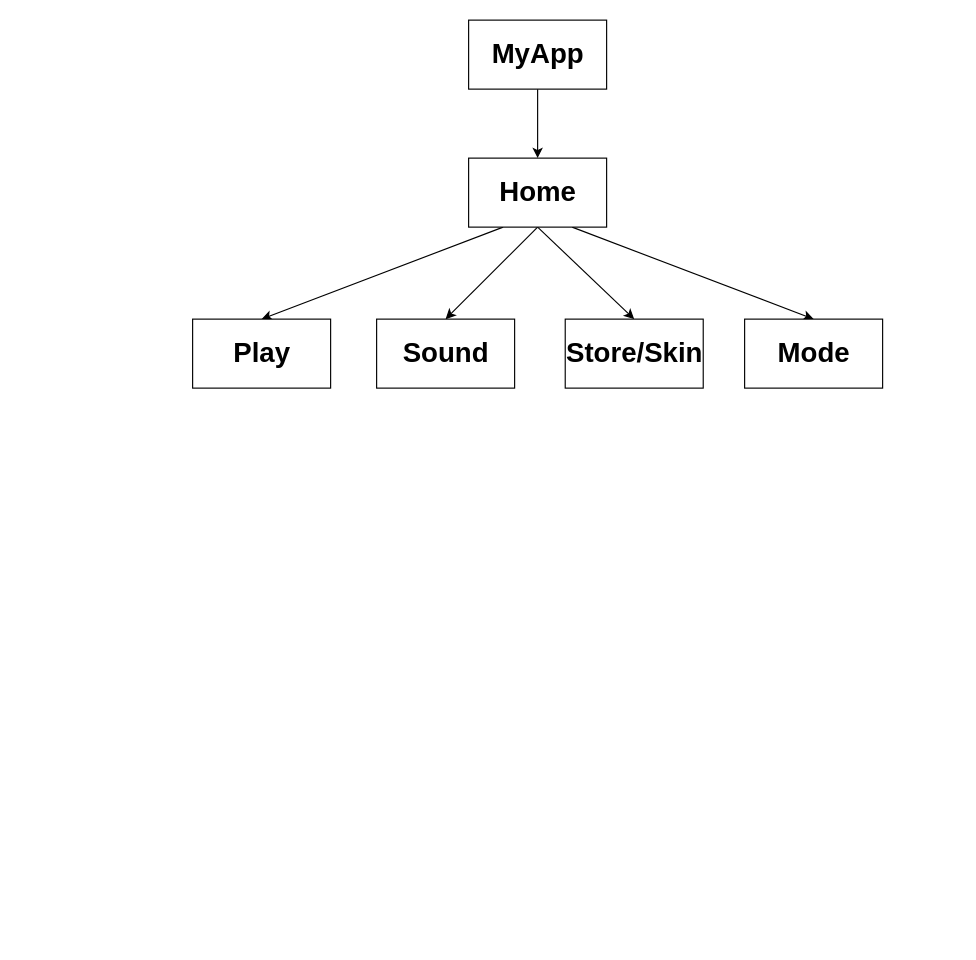
This is Untitled Diagram.drawio from SkYF4Il/INFO0045, a draw.io file, before an edit. Source tidied: cells renumbered, new cells numbered last; positions are measured from the earlier drawing's top-left corner, leaving out a move shared by most shapes. Both pictures are drawn from the tidied source at 115%, with x=0, y=0 at pixel (192, 20).
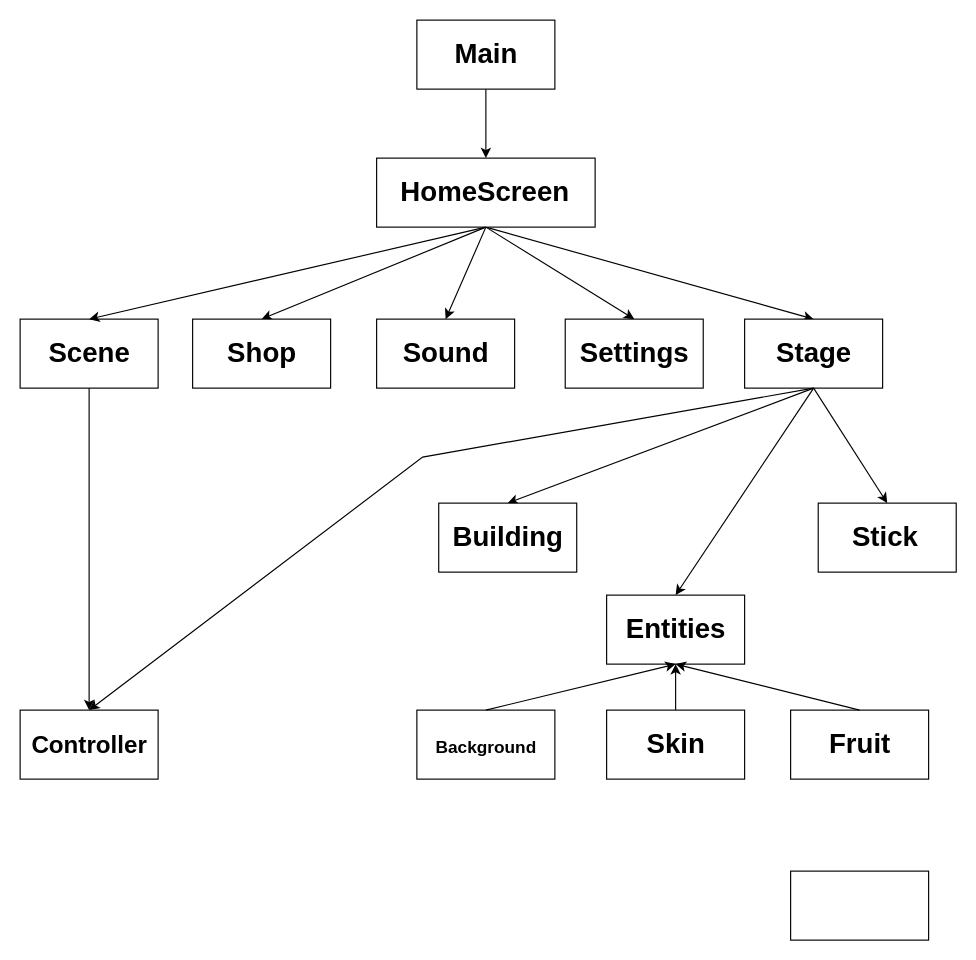
Above is the later version.

Commit message (it also covers changes not shown here):
Mettre à jour Untitled Diagram.drawio

The change refers to these unchanged cells:
```xml
<mxCell id="11" style="rounded=0;whiteSpace=wrap;html=1;" parent="1" vertex="1">
  <mxGeometry y="260" width="120" height="60" as="geometry" />
</mxCell>
<mxCell id="17" style="rounded=0;whiteSpace=wrap;html=1;" parent="1" vertex="1">
  <mxGeometry x="480" y="260" width="120" height="60" as="geometry" />
</mxCell>
```

Diff of the diagram source:
```diff
@@
     <mxCell id="3" style="rounded=0;whiteSpace=wrap;html=1;" parent="1" vertex="1">
-      <mxGeometry x="240" width="120" height="60" as="geometry" />
+      <mxGeometry x="195" width="120" height="60" as="geometry" />
     </mxCell>
-    <mxCell id="4" value="MyApp" style="text;strokeColor=none;fillColor=none;html=1;fontSize=24;fontStyle=1;verticalAlign=middle;align=center;" parent="1" vertex="1">
-      <mxGeometry x="250" y="10" width="100" height="40" as="geometry" />
+    <mxCell id="4" value="Main" style="text;strokeColor=none;fillColor=none;html=1;fontSize=24;fontStyle=1;verticalAlign=middle;align=center;" parent="1" vertex="1">
+      <mxGeometry x="205" y="10" width="100" height="40" as="geometry" />
     </mxCell>
-    <mxCell id="5" style="rounded=0;jettySize=auto;html=1;exitX=0.25;exitY=1;exitDx=0;exitDy=0;entryX=0.5;entryY=0;entryDx=0;entryDy=0;" parent="1" edge="1" source="9" target="11">
+    <mxCell id="5" style="rounded=0;jettySize=auto;html=1;exitX=0.5;exitY=1;exitDx=0;exitDy=0;entryX=0.5;entryY=0;entryDx=0;entryDy=0;" parent="1" edge="1" source="9" target="11">
       <mxGeometry relative="1" as="geometry" />
     </mxCell>
@@
-    <mxCell id="8" style="edgeStyle=none;rounded=0;jettySize=auto;html=1;exitX=0.75;exitY=1;exitDx=0;exitDy=0;entryX=0.5;entryY=0;entryDx=0;entryDy=0;" parent="1" edge="1" source="9" target="17">
+    <mxCell id="8" style="edgeStyle=none;rounded=0;jettySize=auto;html=1;exitX=0.5;exitY=1;exitDx=0;exitDy=0;entryX=0.5;entryY=0;entryDx=0;entryDy=0;" parent="1" edge="1" source="9" target="17">
       <mxGeometry relative="1" as="geometry" />
     </mxCell>
     <mxCell id="9" style="rounded=0;whiteSpace=wrap;html=1;" parent="1" vertex="1">
-      <mxGeometry x="240" y="120" width="120" height="60" as="geometry" />
+      <mxGeometry x="160" y="120" width="190" height="60" as="geometry" />
     </mxCell>
-    <mxCell id="10" value="Home" style="text;strokeColor=none;fillColor=none;html=1;fontSize=24;fontStyle=1;verticalAlign=middle;align=center;" parent="1" vertex="1">
-      <mxGeometry x="250" y="130" width="100" height="40" as="geometry" />
+    <mxCell id="10" value="HomeScreen" style="text;strokeColor=none;fillColor=none;html=1;fontSize=24;fontStyle=1;verticalAlign=middle;align=center;" parent="1" vertex="1">
+      <mxGeometry x="204" y="130" width="100" height="40" as="geometry" />
     </mxCell>
@@
-    <mxCell id="12" value="Play" style="text;strokeColor=none;fillColor=none;html=1;fontSize=24;fontStyle=1;verticalAlign=middle;align=center;" parent="1" vertex="1">
+    <mxCell id="12" value="Shop" style="text;strokeColor=none;fillColor=none;html=1;fontSize=24;fontStyle=1;verticalAlign=middle;align=center;" parent="1" vertex="1">
       <mxGeometry x="10" y="270" width="100" height="40" as="geometry" />
     </mxCell>
@@
-    <mxCell id="16" value="Store/Skin" style="text;strokeColor=none;fillColor=none;html=1;fontSize=24;fontStyle=1;verticalAlign=middle;align=center;" parent="1" vertex="1">
+    <mxCell id="16" value="Settings" style="text;strokeColor=none;fillColor=none;html=1;fontSize=24;fontStyle=1;verticalAlign=middle;align=center;" parent="1" vertex="1">
       <mxGeometry x="334" y="270" width="100" height="40" as="geometry" />
     </mxCell>
@@
+    <mxCell id="19" style="rounded=0;jettySize=auto;html=1;entryX=0.5;entryY=0;entryDx=0;entryDy=0;fontSize=21;exitX=0.5;exitY=1;exitDx=0;exitDy=0;" parent="1" edge="1" source="17" target="42">
+      <mxGeometry relative="1" as="geometry" />
+    </mxCell>
-    <mxCell id="18" value="Mode" style="text;strokeColor=none;fillColor=none;html=1;fontSize=24;fontStyle=1;verticalAlign=middle;align=center;" parent="1" vertex="1">
+    <mxCell id="18" value="Stage" style="text;strokeColor=none;fillColor=none;html=1;fontSize=24;fontStyle=1;verticalAlign=middle;align=center;" parent="1" vertex="1">
       <mxGeometry x="490" y="270" width="100" height="40" as="geometry" />
     </mxCell>
+    <mxCell id="20" style="endArrow=classic;html=1;rounded=0;exitX=0.5;exitY=1;exitDx=0;exitDy=0;entryX=0.5;entryY=0;entryDx=0;entryDy=0;" parent="1" edge="1" source="17" target="21">
+      <mxGeometry relative="1" as="geometry" />
+    </mxCell>
+    <mxCell id="21" style="rounded=0;whiteSpace=wrap;html=1;" parent="1" vertex="1">
+      <mxGeometry x="544" y="420" width="120" height="60" as="geometry" />
+    </mxCell>
+    <mxCell id="22" value="Stick" style="text;strokeColor=none;fillColor=none;html=1;fontSize=24;fontStyle=1;verticalAlign=middle;align=center;" parent="1" vertex="1">
+      <mxGeometry x="554" y="430" width="96" height="40" as="geometry" />
+    </mxCell>
+    <mxCell id="23" style="whiteSpace=wrap;html=1;" parent="1" vertex="1">
+      <mxGeometry x="360" y="500" width="120" height="60" as="geometry" />
+    </mxCell>
+    <mxCell id="24" value="Entities" style="text;strokeColor=none;fillColor=none;html=1;fontSize=24;fontStyle=1;verticalAlign=middle;align=center;" parent="1" vertex="1">
+      <mxGeometry x="370" y="510" width="100" height="40" as="geometry" />
+    </mxCell>
+    <mxCell id="25" style="endArrow=classic;html=1;rounded=0;entryX=0.5;entryY=0;entryDx=0;entryDy=0;exitX=0.5;exitY=1;exitDx=0;exitDy=0;" parent="1" edge="1" source="17" target="23">
+      <mxGeometry relative="1" as="geometry" />
+    </mxCell>
+    <mxCell id="26" style="rounded=0;whiteSpace=wrap;html=1;" parent="1" vertex="1">
+      <mxGeometry x="195" y="600" width="120" height="60" as="geometry" />
+    </mxCell>
+    <mxCell id="27" style="rounded=0;whiteSpace=wrap;html=1;" parent="1" vertex="1">
+      <mxGeometry x="360" y="600" width="120" height="60" as="geometry" />
+    </mxCell>
+    <mxCell id="28" value="&lt;font style=&quot;font-size: 15px;&quot;&gt;Background&lt;/font&gt;" style="text;strokeColor=none;fillColor=none;html=1;fontSize=24;fontStyle=1;verticalAlign=middle;align=center;" parent="1" vertex="1">
+      <mxGeometry x="205" y="610" width="100" height="40" as="geometry" />
+    </mxCell>
+    <mxCell id="29" value="Skin" style="text;strokeColor=none;fillColor=none;html=1;fontSize=24;fontStyle=1;verticalAlign=middle;align=center;" parent="1" vertex="1">
+      <mxGeometry x="370" y="610" width="100" height="40" as="geometry" />
+    </mxCell>
+    <mxCell id="30" style="rounded=0;whiteSpace=wrap;html=1;fontSize=15;" parent="1" vertex="1">
+      <mxGeometry x="520" y="600" width="120" height="60" as="geometry" />
+    </mxCell>
+    <mxCell id="31" value="Fruit" style="text;strokeColor=none;fillColor=none;html=1;fontSize=24;fontStyle=1;verticalAlign=middle;align=center;" parent="1" vertex="1">
+      <mxGeometry x="530" y="610" width="100" height="40" as="geometry" />
+    </mxCell>
+    <mxCell id="32" style="endArrow=classic;html=1;rounded=0;fontSize=15;entryX=0.5;entryY=1;entryDx=0;entryDy=0;exitX=0.5;exitY=0;exitDx=0;exitDy=0;" parent="1" edge="1" source="26" target="23">
+      <mxGeometry relative="1" as="geometry" />
+    </mxCell>
+    <mxCell id="33" style="endArrow=classic;html=1;rounded=0;fontSize=15;entryX=0.5;entryY=1;entryDx=0;entryDy=0;exitX=0.5;exitY=0;exitDx=0;exitDy=0;" parent="1" edge="1" source="27" target="23">
+      <mxGeometry relative="1" as="geometry" />
+    </mxCell>
+    <mxCell id="34" style="endArrow=classic;html=1;rounded=0;fontSize=15;exitX=0.5;exitY=0;exitDx=0;exitDy=0;entryX=0.5;entryY=1;entryDx=0;entryDy=0;" parent="1" edge="1" source="30" target="23">
+      <mxGeometry relative="1" as="geometry" />
+    </mxCell>
+    <mxCell id="35" style="rounded=0;whiteSpace=wrap;html=1;fontSize=15;" parent="1" vertex="1">
+      <mxGeometry x="-150" y="600" width="120" height="60" as="geometry" />
+    </mxCell>
+    <mxCell id="36" value="&lt;font style=&quot;font-size: 21px;&quot;&gt;Controller&lt;/font&gt;" style="text;strokeColor=none;fillColor=none;html=1;fontSize=24;fontStyle=1;verticalAlign=middle;align=center;" parent="1" vertex="1">
+      <mxGeometry x="-140" y="610" width="100" height="40" as="geometry" />
+    </mxCell>
+    <mxCell id="37" style="rounded=0;whiteSpace=wrap;html=1;fontSize=21;" parent="1" vertex="1">
+      <mxGeometry x="-150" y="260" width="120" height="60" as="geometry" />
+    </mxCell>
+    <mxCell id="38" value="Scene" style="text;strokeColor=none;fillColor=none;html=1;fontSize=24;fontStyle=1;verticalAlign=middle;align=center;" parent="1" vertex="1">
+      <mxGeometry x="-140" y="270" width="100" height="40" as="geometry" />
+    </mxCell>
+    <mxCell id="39" style="endArrow=classic;html=1;rounded=0;fontSize=21;exitX=0.5;exitY=1;exitDx=0;exitDy=0;entryX=0.5;entryY=0;entryDx=0;entryDy=0;" parent="1" edge="1" source="9" target="37">
+      <mxGeometry relative="1" as="geometry" />
+    </mxCell>
+    <mxCell id="40" style="endArrow=classic;html=1;rounded=0;fontSize=21;exitX=0.5;exitY=1;exitDx=0;exitDy=0;entryX=0.5;entryY=0;entryDx=0;entryDy=0;" parent="1" edge="1" source="37" target="35">
+      <mxGeometry relative="1" as="geometry" />
+    </mxCell>
+    <mxCell id="41" style="endArrow=classic;html=1;rounded=0;fontSize=21;entryX=0.5;entryY=0;entryDx=0;entryDy=0;exitX=0.5;exitY=1;exitDx=0;exitDy=0;" parent="1" edge="1" source="17" target="35">
+      <mxGeometry relative="1" as="geometry">
+        <Array as="points">
+          <mxPoint x="200" y="380" />
+        </Array>
+      </mxGeometry>
+    </mxCell>
+    <mxCell id="42" style="rounded=0;whiteSpace=wrap;html=1;fontSize=21;" parent="1" vertex="1">
+      <mxGeometry x="214" y="420" width="120" height="60" as="geometry" />
+    </mxCell>
+    <mxCell id="43" value="Building" style="text;strokeColor=none;fillColor=none;html=1;fontSize=24;fontStyle=1;verticalAlign=middle;align=center;" parent="1" vertex="1">
+      <mxGeometry x="224" y="430" width="100" height="40" as="geometry" />
+    </mxCell>
+    <mxCell id="44" style="rounded=0;whiteSpace=wrap;html=1;fontSize=21;" parent="1" vertex="1">
+      <mxGeometry x="520" y="740" width="120" height="60" as="geometry" />
+    </mxCell>
```
